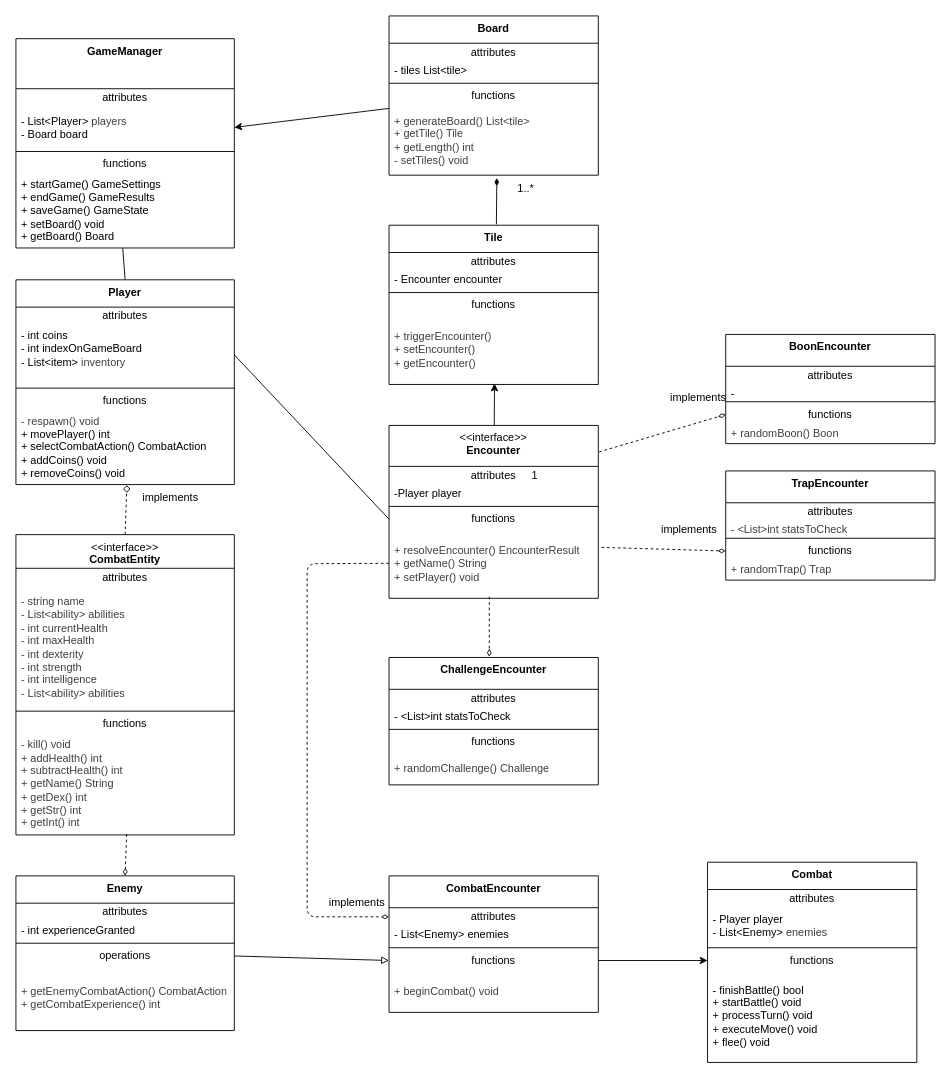
Above: NOTCODE/class.drawio in LeoAUT1/COMP602-Assignment-1 (draw.io), before the change. Source tidied: cells renumbered, new cells numbered last; positions are measured from the earlier drawing's top-left corner, leaving out a move shared by most shapes. Both pictures are drawn from the tidied source at 91%, with x=0, y=0 at pixel (15, 15).
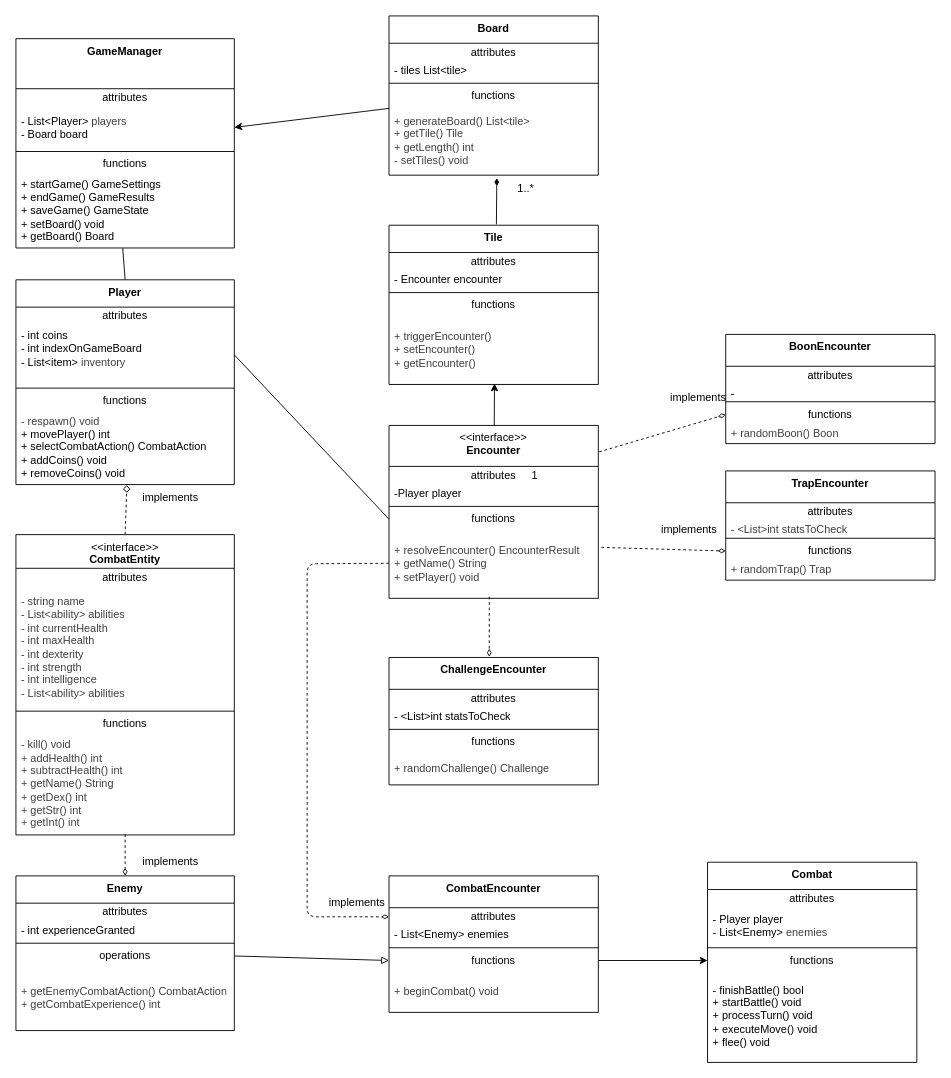
After the change.

Commit message (it also covers changes not shown here):
update class and overhaul component

Unchanged cells that the change refers to:
```xml
<mxCell id="37" value="&lt;div style=&quot;color: rgb(63, 63, 63);&quot;&gt;&lt;div style=&quot;color: rgb(63, 63, 63);&quot;&gt;&lt;span style=&quot;background-color: transparent;&quot;&gt;- kill() void&lt;/span&gt;&lt;/div&gt;&lt;/div&gt;&lt;div style=&quot;color: rgb(63, 63, 63);&quot;&gt;+ addHealth() int&lt;/div&gt;&lt;div style=&quot;color: rgb(63, 63, 63);&quot;&gt;&lt;span style=&quot;background-color: transparent;&quot;&gt;+ subtractHealth() int&lt;/span&gt;&lt;/div&gt;&lt;div style=&quot;color: rgb(63, 63, 63);&quot;&gt;&lt;span style=&quot;background-color: transparent;&quot;&gt;+ getName() String&lt;/span&gt;&lt;/div&gt;&lt;div style=&quot;color: rgb(63, 63, 63);&quot;&gt;&lt;span style=&quot;background-color: transparent;&quot;&gt;+ getDex() int&lt;/span&gt;&lt;/div&gt;&lt;div style=&quot;color: rgb(63, 63, 63);&quot;&gt;&lt;span style=&quot;background-color: transparent;&quot;&gt;+ getStr() int&lt;/span&gt;&lt;/div&gt;&lt;div style=&quot;color: rgb(63, 63, 63);&quot;&gt;&lt;span style=&quot;background-color: transparent;&quot;&gt;+ getInt() int&lt;/span&gt;&lt;/div&gt;" style="text;html=1;strokeColor=none;fillColor=none;align=left;verticalAlign=middle;spacingLeft=4;spacingRight=4;overflow=hidden;points=[[0,0.5],[1,0.5]];portConstraint=eastwest;whiteSpace=wrap;" parent="32" vertex="1">
  <mxGeometry y="218" width="240" height="112" as="geometry" />
</mxCell>
<mxCell id="38" value="&lt;b&gt;Enemy&lt;/b&gt;" style="swimlane;fontStyle=0;align=center;verticalAlign=top;horizontal=1;startSize=30;html=1;whiteSpace=wrap;" parent="1" vertex="1">
  <mxGeometry y="945" width="240" height="170" as="geometry" />
</mxCell>
```

What changed in the source:
```diff
@@
-    <mxCell id="10" style="edgeStyle=none;html=1;dashed=1;endArrow=diamondThin;endFill=0;exitX=0.507;exitY=0.992;exitDx=0;exitDy=0;exitPerimeter=0;entryX=0.5;entryY=0;entryDx=0;entryDy=0;" parent="1" edge="1" source="37" target="38">
+    <mxCell id="10" style="edgeStyle=none;html=1;dashed=1;endArrow=diamondThin;endFill=0;exitX=0.5;exitY=0.993;exitDx=0;exitDy=0;exitPerimeter=0;entryX=0.5;entryY=0;entryDx=0;entryDy=0;" parent="1" edge="1" source="37" target="38">
       <mxGeometry relative="1" as="geometry" />
     </mxCell>
@@
+    <mxCell id="94" value="implements" style="text;html=1;align=center;verticalAlign=middle;whiteSpace=wrap;rounded=0;" parent="1" vertex="1">
+      <mxGeometry x="140" y="915" width="60" height="30" as="geometry" />
+    </mxCell>
```
